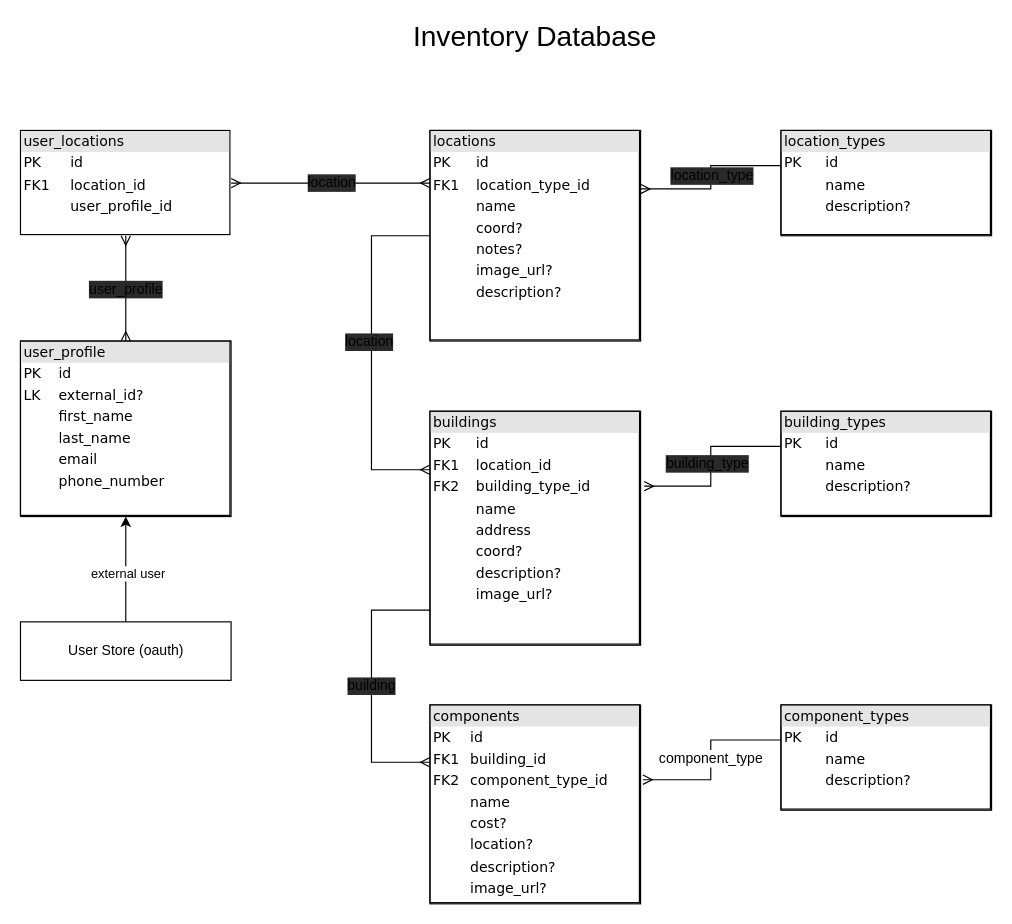
Earlier version of the draw.io diagram database/docs/database-diagrams.drawio (vanister/inventory). Source tidied: cells renumbered, new cells numbered last; positions are measured from the earlier drawing's top-left corner, leaving out a move shared by most shapes. Both pictures are drawn from the tidied source at 117%, with x=0, y=0 at pixel (20, 25).
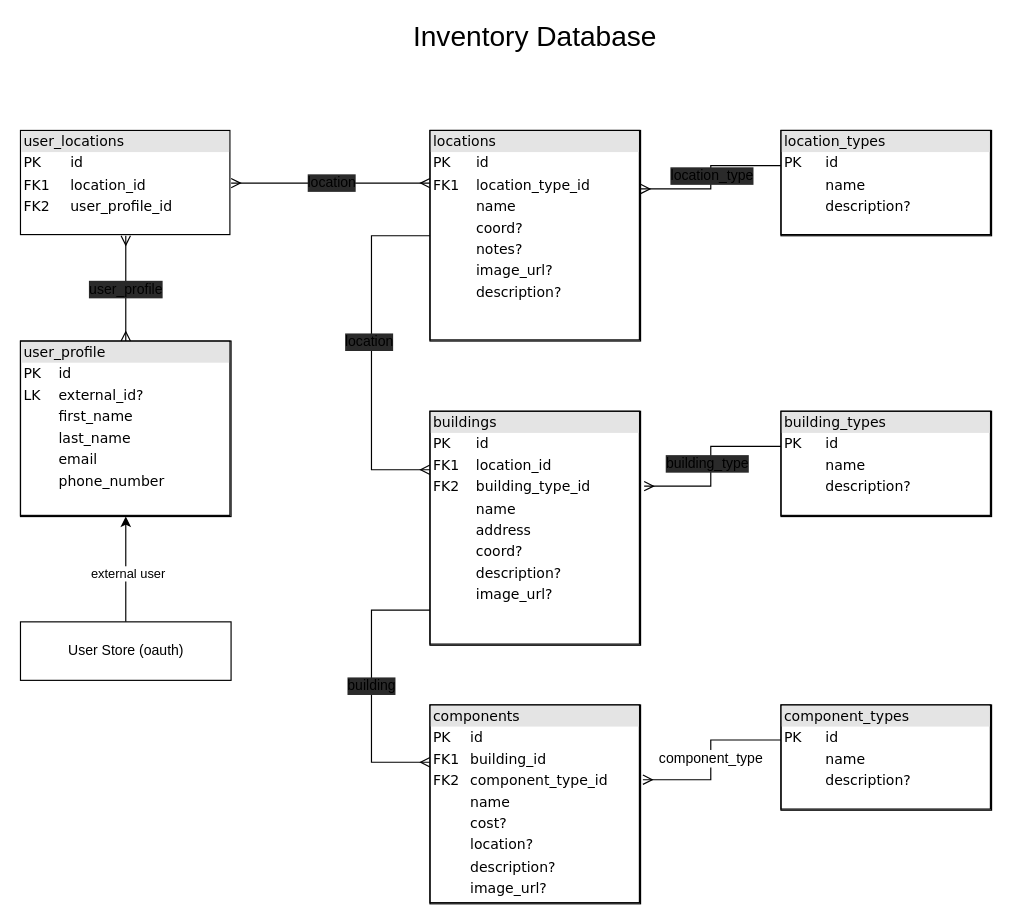
The same page after the edit.

Commit message:
Updated data model diagram

Change to the diagram source:
```diff
@@
-    <mxCell id="18" value="&lt;div style=&quot;box-sizing: border-box ; width: 100% ; background: #e4e4e4 ; padding: 2px&quot;&gt;&lt;font color=&quot;#000000&quot;&gt;user_locations&lt;/font&gt;&lt;/div&gt;&lt;table style=&quot;width: 100% ; font-size: 1em&quot; cellspacing=&quot;0&quot; cellpadding=&quot;2&quot;&gt;&lt;tbody&gt;&lt;tr&gt;&lt;td&gt;PK&lt;/td&gt;&lt;td&gt;id&lt;/td&gt;&lt;/tr&gt;&lt;tr&gt;&lt;td&gt;FK1&lt;/td&gt;&lt;td&gt;location_id&lt;/td&gt;&lt;/tr&gt;&lt;tr&gt;&lt;td&gt;&lt;br&gt;&lt;/td&gt;&lt;td&gt;user_profile_id&lt;br&gt;&lt;/td&gt;&lt;/tr&gt;&lt;/tbody&gt;&lt;/table&gt;" style="verticalAlign=top;align=left;overflow=fill;html=1;rounded=0;shadow=0;comic=0;labelBackgroundColor=none;strokeWidth=1;fontFamily=Verdana;fontSize=12;labelBorderColor=#000000;strokeColor=none;" parent="1" vertex="1">
+    <mxCell id="18" value="&lt;div style=&quot;box-sizing: border-box ; width: 100% ; background: #e4e4e4 ; padding: 2px&quot;&gt;&lt;font color=&quot;#000000&quot;&gt;user_locations&lt;/font&gt;&lt;/div&gt;&lt;table style=&quot;width: 100% ; font-size: 1em&quot; cellspacing=&quot;0&quot; cellpadding=&quot;2&quot;&gt;&lt;tbody&gt;&lt;tr&gt;&lt;td&gt;PK&lt;/td&gt;&lt;td&gt;id&lt;/td&gt;&lt;/tr&gt;&lt;tr&gt;&lt;td&gt;FK1&lt;/td&gt;&lt;td&gt;location_id&lt;/td&gt;&lt;/tr&gt;&lt;tr&gt;&lt;td&gt;FK2&lt;/td&gt;&lt;td&gt;user_profile_id&lt;br&gt;&lt;/td&gt;&lt;/tr&gt;&lt;/tbody&gt;&lt;/table&gt;" style="verticalAlign=top;align=left;overflow=fill;html=1;rounded=0;shadow=0;comic=0;labelBackgroundColor=none;strokeWidth=1;fontFamily=Verdana;fontSize=12;labelBorderColor=#000000;strokeColor=none;" parent="1" vertex="1">
       <mxGeometry y="90" width="180" height="90" as="geometry" />
     </mxCell>
```
